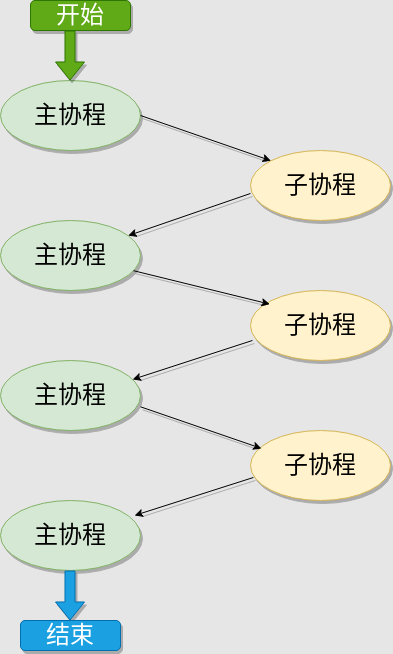
This is blog/sylar/fiber_1.png from beanljun/img, a draw.io export, as it was before one commit. Source tidied: cells renumbered, new cells last; positions are measured from the earlier drawing's top-left corner, leaving out a move shared by most shapes. Source of this version:
```xml
<mxGraphModel background="#E6E6E6" shadow="1">
  <root>
    <mxCell id="0" />
    <mxCell id="1" parent="0" />
    <mxCell id="2" value="&lt;font face=&quot;Helvetica&quot; style=&quot;font-size: 24px;&quot;&gt;主协程&lt;/font&gt;" style="ellipse;whiteSpace=wrap;html=1;fillColor=#d5e8d4;strokeColor=#82b366;shadow=1;" parent="1" vertex="1">
      <mxGeometry y="80" width="140" height="70" as="geometry" />
    </mxCell>
    <mxCell id="3" value="&lt;font face=&quot;Helvetica&quot; style=&quot;font-size: 24px;&quot;&gt;主协程&lt;/font&gt;" style="ellipse;whiteSpace=wrap;html=1;fillColor=#d5e8d4;strokeColor=#82b366;shadow=1;" parent="1" vertex="1">
      <mxGeometry y="500" width="140" height="70" as="geometry" />
    </mxCell>
    <mxCell id="4" value="&lt;font face=&quot;Helvetica&quot; style=&quot;font-size: 24px;&quot;&gt;主协程&lt;/font&gt;" style="ellipse;whiteSpace=wrap;html=1;fillColor=#d5e8d4;strokeColor=#82b366;shadow=1;" parent="1" vertex="1">
      <mxGeometry y="360" width="140" height="70" as="geometry" />
    </mxCell>
    <mxCell id="5" value="&lt;font face=&quot;Helvetica&quot; style=&quot;font-size: 24px;&quot;&gt;子协程&lt;/font&gt;" style="ellipse;whiteSpace=wrap;html=1;fillColor=#fff2cc;strokeColor=#d6b656;shadow=1;" parent="1" vertex="1">
      <mxGeometry x="250" y="150" width="140" height="70" as="geometry" />
    </mxCell>
    <mxCell id="6" value="&lt;font face=&quot;Helvetica&quot; style=&quot;font-size: 24px;&quot;&gt;子协程&lt;/font&gt;" style="ellipse;whiteSpace=wrap;html=1;fillColor=#fff2cc;strokeColor=#d6b656;shadow=1;" parent="1" vertex="1">
      <mxGeometry x="250" y="290" width="140" height="70" as="geometry" />
    </mxCell>
    <mxCell id="7" value="&lt;font face=&quot;Helvetica&quot; style=&quot;font-size: 24px;&quot;&gt;子协程&lt;/font&gt;" style="ellipse;whiteSpace=wrap;html=1;fillColor=#fff2cc;strokeColor=#d6b656;shadow=1;" parent="1" vertex="1">
      <mxGeometry x="250" y="430" width="140" height="70" as="geometry" />
    </mxCell>
    <mxCell id="8" value="&lt;font face=&quot;Helvetica&quot; style=&quot;font-size: 24px;&quot;&gt;主协程&lt;/font&gt;" style="ellipse;whiteSpace=wrap;html=1;fillColor=#d5e8d4;strokeColor=#82b366;shadow=1;" parent="1" vertex="1">
      <mxGeometry y="220" width="140" height="70" as="geometry" />
    </mxCell>
    <mxCell id="9" style="endArrow=classic;html=1;rounded=0;entryX=0;entryY=0;entryDx=0;entryDy=0;exitX=1;exitY=0.5;exitDx=0;exitDy=0;shadow=1;" parent="1" edge="1" source="2" target="5">
      <mxGeometry relative="1" as="geometry" />
    </mxCell>
    <mxCell id="10" style="endArrow=classic;html=1;rounded=0;exitX=0.021;exitY=0.671;exitDx=0;exitDy=0;exitPerimeter=0;entryX=0.957;entryY=0.214;entryDx=0;entryDy=0;entryPerimeter=0;shadow=1;" parent="1" edge="1" source="7" target="3">
      <mxGeometry relative="1" as="geometry" />
    </mxCell>
    <mxCell id="11" style="endArrow=classic;html=1;rounded=0;entryX=0.079;entryY=0.257;entryDx=0;entryDy=0;entryPerimeter=0;shadow=1;" parent="1" edge="1" target="7">
      <mxGeometry relative="1" as="geometry">
        <mxPoint x="140" y="406.3" as="sourcePoint" />
      </mxGeometry>
    </mxCell>
    <mxCell id="12" style="endArrow=classic;html=1;rounded=0;exitX=0.014;exitY=0.714;exitDx=0;exitDy=0;entryX=0.943;entryY=0.271;entryDx=0;entryDy=0;entryPerimeter=0;exitPerimeter=0;shadow=1;" parent="1" edge="1" source="6" target="4">
      <mxGeometry relative="1" as="geometry" />
    </mxCell>
    <mxCell id="13" style="endArrow=classic;html=1;rounded=0;exitX=0;exitY=0.614;exitDx=0;exitDy=0;exitPerimeter=0;shadow=1;" parent="1" edge="1" source="5" target="8">
      <mxGeometry relative="1" as="geometry" />
    </mxCell>
    <mxCell id="14" style="endArrow=classic;html=1;rounded=0;entryX=0;entryY=0;entryDx=0;entryDy=0;shadow=1;" parent="1" edge="1" source="8">
      <mxGeometry relative="1" as="geometry">
        <mxPoint x="269.4" y="303.7" as="targetPoint" />
      </mxGeometry>
    </mxCell>
    <mxCell id="15" style="shape=flexArrow;endArrow=classic;html=1;rounded=0;entryX=0.5;entryY=0;entryDx=0;entryDy=0;endWidth=18;endSize=5.67;fillColor=#1ba1e2;strokeColor=#006EAF;shadow=1;" parent="1" edge="1">
      <mxGeometry relative="1" as="geometry">
        <mxPoint x="69.5" y="570" as="sourcePoint" />
        <mxPoint x="69.5" y="620" as="targetPoint" />
      </mxGeometry>
    </mxCell>
    <mxCell id="16" value="&lt;font style=&quot;font-size: 24px;&quot;&gt;开始&lt;/font&gt;" style="rounded=1;whiteSpace=wrap;html=1;fillColor=#60a917;fontColor=#ffffff;strokeColor=#2D7600;shadow=1;" parent="1" vertex="1">
      <mxGeometry x="30" width="100" height="30" as="geometry" />
    </mxCell>
    <mxCell id="17" value="&lt;font style=&quot;font-size: 24px;&quot;&gt;结束&lt;/font&gt;" style="rounded=1;whiteSpace=wrap;html=1;fillColor=#1ba1e2;fontColor=#ffffff;strokeColor=#006EAF;shadow=1;" parent="1" vertex="1">
      <mxGeometry x="20" y="620" width="100" height="30" as="geometry" />
    </mxCell>
    <mxCell id="18" style="shape=flexArrow;endArrow=classic;html=1;rounded=0;entryX=0.5;entryY=0;entryDx=0;entryDy=0;endWidth=18;endSize=5.67;fillColor=#60a917;strokeColor=#2D7600;shadow=1;" parent="1" edge="1">
      <mxGeometry relative="1" as="geometry">
        <mxPoint x="69.5" y="30" as="sourcePoint" />
        <mxPoint x="69.5" y="80" as="targetPoint" />
      </mxGeometry>
    </mxCell>
  </root>
</mxGraphModel>
```
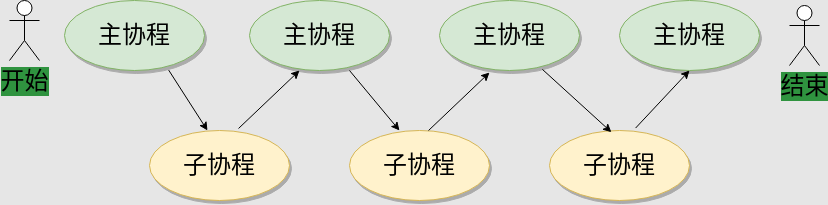
Later version of the same file.

The edit, as a diff of the source:
```diff
@@ -3,65 +3,56 @@
     <mxCell id="0" />
     <mxCell id="1" parent="0" />
     <mxCell id="2" value="&lt;font face=&quot;Helvetica&quot; style=&quot;font-size: 24px;&quot;&gt;主协程&lt;/font&gt;" style="ellipse;whiteSpace=wrap;html=1;fillColor=#d5e8d4;strokeColor=#82b366;shadow=1;" parent="1" vertex="1">
-      <mxGeometry y="80" width="140" height="70" as="geometry" />
+      <mxGeometry x="275" y="170" width="140" height="70" as="geometry" />
     </mxCell>
     <mxCell id="3" value="&lt;font face=&quot;Helvetica&quot; style=&quot;font-size: 24px;&quot;&gt;主协程&lt;/font&gt;" style="ellipse;whiteSpace=wrap;html=1;fillColor=#d5e8d4;strokeColor=#82b366;shadow=1;" parent="1" vertex="1">
-      <mxGeometry y="500" width="140" height="70" as="geometry" />
+      <mxGeometry x="830" y="170" width="140" height="70" as="geometry" />
     </mxCell>
     <mxCell id="4" value="&lt;font face=&quot;Helvetica&quot; style=&quot;font-size: 24px;&quot;&gt;主协程&lt;/font&gt;" style="ellipse;whiteSpace=wrap;html=1;fillColor=#d5e8d4;strokeColor=#82b366;shadow=1;" parent="1" vertex="1">
-      <mxGeometry y="360" width="140" height="70" as="geometry" />
+      <mxGeometry x="650" y="170" width="140" height="70" as="geometry" />
     </mxCell>
     <mxCell id="5" value="&lt;font face=&quot;Helvetica&quot; style=&quot;font-size: 24px;&quot;&gt;子协程&lt;/font&gt;" style="ellipse;whiteSpace=wrap;html=1;fillColor=#fff2cc;strokeColor=#d6b656;shadow=1;" parent="1" vertex="1">
-      <mxGeometry x="250" y="150" width="140" height="70" as="geometry" />
+      <mxGeometry x="360" y="300" width="140" height="70" as="geometry" />
     </mxCell>
     <mxCell id="6" value="&lt;font face=&quot;Helvetica&quot; style=&quot;font-size: 24px;&quot;&gt;子协程&lt;/font&gt;" style="ellipse;whiteSpace=wrap;html=1;fillColor=#fff2cc;strokeColor=#d6b656;shadow=1;" parent="1" vertex="1">
-      <mxGeometry x="250" y="290" width="140" height="70" as="geometry" />
+      <mxGeometry x="560" y="300" width="140" height="70" as="geometry" />
     </mxCell>
     <mxCell id="7" value="&lt;font face=&quot;Helvetica&quot; style=&quot;font-size: 24px;&quot;&gt;子协程&lt;/font&gt;" style="ellipse;whiteSpace=wrap;html=1;fillColor=#fff2cc;strokeColor=#d6b656;shadow=1;" parent="1" vertex="1">
-      <mxGeometry x="250" y="430" width="140" height="70" as="geometry" />
+      <mxGeometry x="760" y="300" width="140" height="70" as="geometry" />
     </mxCell>
     <mxCell id="8" value="&lt;font face=&quot;Helvetica&quot; style=&quot;font-size: 24px;&quot;&gt;主协程&lt;/font&gt;" style="ellipse;whiteSpace=wrap;html=1;fillColor=#d5e8d4;strokeColor=#82b366;shadow=1;" parent="1" vertex="1">
-      <mxGeometry y="220" width="140" height="70" as="geometry" />
+      <mxGeometry x="460" y="170" width="140" height="70" as="geometry" />
     </mxCell>
-    <mxCell id="9" style="endArrow=classic;html=1;rounded=0;entryX=0;entryY=0;entryDx=0;entryDy=0;exitX=1;exitY=0.5;exitDx=0;exitDy=0;shadow=1;" parent="1" edge="1" source="2" target="5">
-      <mxGeometry relative="1" as="geometry" />
-    </mxCell>
-    <mxCell id="10" style="endArrow=classic;html=1;rounded=0;exitX=0.021;exitY=0.671;exitDx=0;exitDy=0;exitPerimeter=0;entryX=0.957;entryY=0.214;entryDx=0;entryDy=0;entryPerimeter=0;shadow=1;" parent="1" edge="1" source="7" target="3">
-      <mxGeometry relative="1" as="geometry" />
-    </mxCell>
-    <mxCell id="11" style="endArrow=classic;html=1;rounded=0;entryX=0.079;entryY=0.257;entryDx=0;entryDy=0;entryPerimeter=0;shadow=1;" parent="1" edge="1" target="7">
-      <mxGeometry relative="1" as="geometry">
-        <mxPoint x="140" y="406.3" as="sourcePoint" />
-      </mxGeometry>
-    </mxCell>
-    <mxCell id="12" style="endArrow=classic;html=1;rounded=0;exitX=0.014;exitY=0.714;exitDx=0;exitDy=0;entryX=0.943;entryY=0.271;entryDx=0;entryDy=0;entryPerimeter=0;exitPerimeter=0;shadow=1;" parent="1" edge="1" source="6" target="4">
-      <mxGeometry relative="1" as="geometry" />
-    </mxCell>
-    <mxCell id="13" style="endArrow=classic;html=1;rounded=0;exitX=0;exitY=0.614;exitDx=0;exitDy=0;exitPerimeter=0;shadow=1;" parent="1" edge="1" source="5" target="8">
-      <mxGeometry relative="1" as="geometry" />
-    </mxCell>
-    <mxCell id="14" style="endArrow=classic;html=1;rounded=0;entryX=0;entryY=0;entryDx=0;entryDy=0;shadow=1;" parent="1" edge="1" source="8">
-      <mxGeometry relative="1" as="geometry">
-        <mxPoint x="269.4" y="303.7" as="targetPoint" />
-      </mxGeometry>
-    </mxCell>
-    <mxCell id="15" style="shape=flexArrow;endArrow=classic;html=1;rounded=0;entryX=0.5;entryY=0;entryDx=0;entryDy=0;endWidth=18;endSize=5.67;fillColor=#1ba1e2;strokeColor=#006EAF;shadow=1;" parent="1" edge="1">
-      <mxGeometry relative="1" as="geometry">
-        <mxPoint x="69.5" y="570" as="sourcePoint" />
-        <mxPoint x="69.5" y="620" as="targetPoint" />
-      </mxGeometry>
-    </mxCell>
-    <mxCell id="16" value="&lt;font style=&quot;font-size: 24px;&quot;&gt;开始&lt;/font&gt;" style="rounded=1;whiteSpace=wrap;html=1;fillColor=#60a917;fontColor=#ffffff;strokeColor=#2D7600;shadow=1;" parent="1" vertex="1">
-      <mxGeometry x="30" width="100" height="30" as="geometry" />
+    <mxCell id="16" value="开始" style="shape=umlActor;verticalLabelPosition=bottom;verticalAlign=top;html=1;labelBackgroundColor=#2f933f;fontSize=24;" parent="1" vertex="1">
+      <mxGeometry x="220" y="170" width="30" height="60" as="geometry" />
     </mxCell>
-    <mxCell id="17" value="&lt;font style=&quot;font-size: 24px;&quot;&gt;结束&lt;/font&gt;" style="rounded=1;whiteSpace=wrap;html=1;fillColor=#1ba1e2;fontColor=#ffffff;strokeColor=#006EAF;shadow=1;" parent="1" vertex="1">
-      <mxGeometry x="20" y="620" width="100" height="30" as="geometry" />
+    <mxCell id="17" value="结束" style="shape=umlActor;verticalLabelPosition=bottom;verticalAlign=top;html=1;labelBackgroundColor=#2f933f;fontSize=24;" parent="1" vertex="1">
+      <mxGeometry x="1000" y="175" width="30" height="60" as="geometry" />
     </mxCell>
-    <mxCell id="18" style="shape=flexArrow;endArrow=classic;html=1;rounded=0;entryX=0.5;entryY=0;entryDx=0;entryDy=0;endWidth=18;endSize=5.67;fillColor=#60a917;strokeColor=#2D7600;shadow=1;" parent="1" edge="1">
-      <mxGeometry relative="1" as="geometry">
-        <mxPoint x="69.5" y="30" as="sourcePoint" />
-        <mxPoint x="69.5" y="80" as="targetPoint" />
-      </mxGeometry>
-    </mxCell>
+    <mxCell id="9" style="endArrow=classic;html=1;labelBackgroundColor=#151d1e;fontSize=24;exitX=0.744;exitY=0.994;exitDx=0;exitDy=0;entryX=0.414;entryY=0;entryDx=0;entryDy=0;entryPerimeter=0;exitPerimeter=0;" parent="1" edge="1" source="2" target="5">
+      <mxGeometry relative="1" as="geometry" />
+    </mxCell>
+    <mxCell id="19" style="endArrow=classic;html=1;labelBackgroundColor=#151d1e;fontSize=24;exitX=0.636;exitY=-0.029;exitDx=0;exitDy=0;exitPerimeter=0;" parent="1" edge="1" source="5">
+      <mxGeometry relative="1" as="geometry">
+        <mxPoint x="510" y="240" as="targetPoint" />
+      </mxGeometry>
+    </mxCell>
+    <mxCell id="20" style="endArrow=classic;html=1;labelBackgroundColor=#151d1e;fontSize=24;exitX=1;exitY=1;exitDx=0;exitDy=0;entryX=0.357;entryY=0;entryDx=0;entryDy=0;entryPerimeter=0;" parent="1" edge="1" target="6">
+      <mxGeometry relative="1" as="geometry">
+        <mxPoint x="560" y="240" as="sourcePoint" />
+      </mxGeometry>
+    </mxCell>
+    <mxCell id="21" style="endArrow=classic;html=1;labelBackgroundColor=#151d1e;fontSize=24;exitX=0.636;exitY=-0.029;exitDx=0;exitDy=0;exitPerimeter=0;" parent="1" edge="1">
+      <mxGeometry relative="1" as="geometry">
+        <mxPoint x="639" y="300" as="sourcePoint" />
+        <mxPoint x="700" y="242" as="targetPoint" />
+      </mxGeometry>
+    </mxCell>
+    <mxCell id="22" style="endArrow=classic;html=1;labelBackgroundColor=#151d1e;fontSize=24;exitX=0.735;exitY=0.984;exitDx=0;exitDy=0;exitPerimeter=0;entryX=0.442;entryY=0.024;entryDx=0;entryDy=0;entryPerimeter=0;" parent="1" edge="1" source="4" target="7">
+      <mxGeometry relative="1" as="geometry" />
+    </mxCell>
+    <mxCell id="10" style="endArrow=classic;html=1;labelBackgroundColor=#151d1e;fontSize=24;exitX=0.615;exitY=-0.035;exitDx=0;exitDy=0;entryX=0.5;entryY=1;entryDx=0;entryDy=0;exitPerimeter=0;" parent="1" edge="1" source="7" target="3">
+      <mxGeometry relative="1" as="geometry" />
+    </mxCell>
   </root>
 </mxGraphModel>
```
